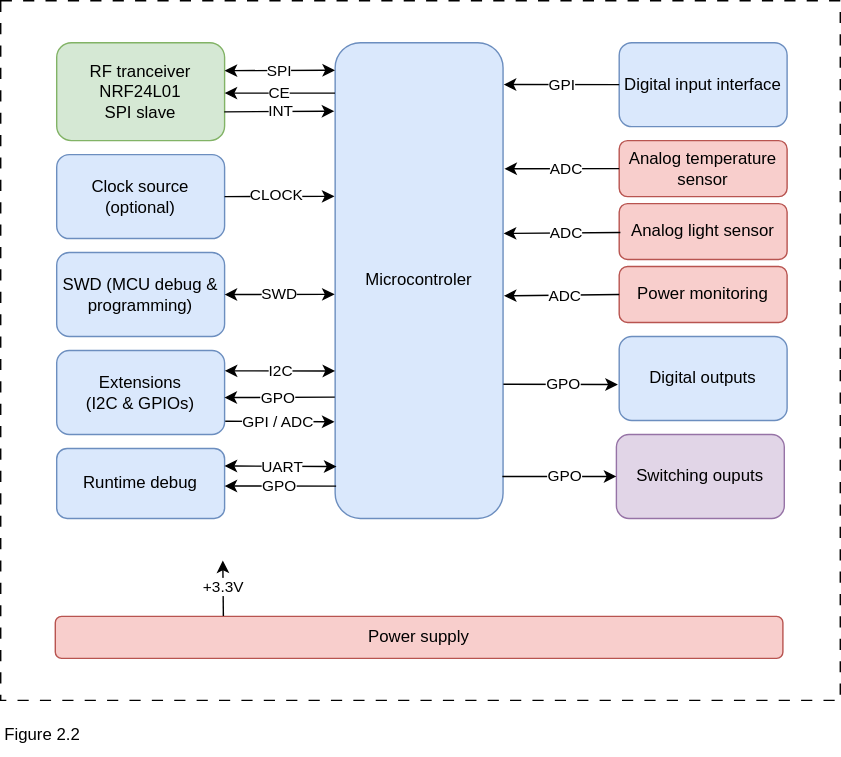
The draw.io diagram 02-module_satellite/01-documentation/module_hardware_architecture.drawio.svg in stephaneamans/app-home_automation, before a commit. Source tidied: cells renumbered, new cells last; positions are measured from the earlier drawing's top-left corner, leaving out a move shared by most shapes.
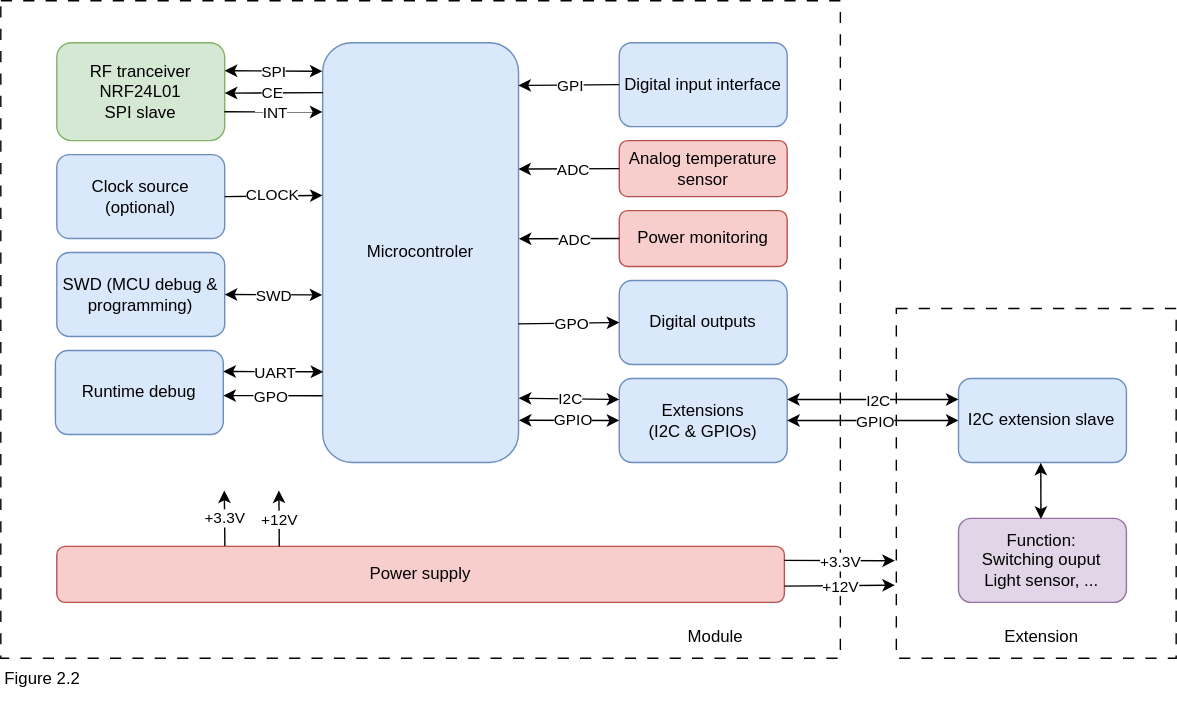
Above is the later version.

Change to the diagram source:
```diff
@@ -3,45 +3,36 @@
     <mxCell id="0" />
     <mxCell id="1" parent="0" />
     <mxCell id="2" style="rounded=0;whiteSpace=wrap;html=1;dashed=1;dashPattern=8 8;" parent="1" vertex="1">
-      <mxGeometry width="600" height="500" as="geometry" />
+      <mxGeometry x="-120" width="600" height="470" as="geometry" />
     </mxCell>
     <mxCell id="3" value="RF tranceiver&lt;br&gt;NRF24L01&lt;br&gt;SPI slave" style="rounded=1;whiteSpace=wrap;html=1;fillColor=#d5e8d4;strokeColor=#82b366;direction=west;" parent="1" vertex="1">
-      <mxGeometry x="40" y="30" width="120" height="70" as="geometry" />
+      <mxGeometry x="-80" y="30" width="120" height="70" as="geometry" />
     </mxCell>
     <mxCell id="4" value="Microcontroler" style="rounded=1;whiteSpace=wrap;html=1;fillColor=#dae8fc;strokeColor=#6c8ebf;direction=west;" parent="1" vertex="1">
-      <mxGeometry x="239" y="30" width="120" height="340" as="geometry" />
+      <mxGeometry x="110" y="30" width="140" height="300" as="geometry" />
     </mxCell>
     <mxCell id="5" value="Digital input interface" style="rounded=1;whiteSpace=wrap;html=1;fillColor=#dae8fc;strokeColor=#6c8ebf;direction=west;" parent="1" vertex="1">
-      <mxGeometry x="442" y="30" width="120" height="60" as="geometry" />
+      <mxGeometry x="322" y="30" width="120" height="60" as="geometry" />
     </mxCell>
     <mxCell id="6" value="Digital outputs" style="rounded=1;whiteSpace=wrap;html=1;fillColor=#dae8fc;strokeColor=#6c8ebf;direction=west;" parent="1" vertex="1">
-      <mxGeometry x="442" y="240" width="120" height="60" as="geometry" />
+      <mxGeometry x="322" y="200" width="120" height="60" as="geometry" />
     </mxCell>
     <mxCell id="7" value="Analog temperature sensor" style="rounded=1;whiteSpace=wrap;html=1;fillColor=#f8cecc;strokeColor=#b85450;direction=west;" parent="1" vertex="1">
-      <mxGeometry x="442" y="100" width="120" height="40" as="geometry" />
+      <mxGeometry x="322" y="100" width="120" height="40" as="geometry" />
     </mxCell>
-    <mxCell id="8" value="Switching ouputs" style="rounded=1;whiteSpace=wrap;html=1;fillColor=#e1d5e7;strokeColor=#9673a6;direction=west;" parent="1" vertex="1">
-      <mxGeometry x="440" y="310" width="120" height="60" as="geometry" />
-    </mxCell>
     <mxCell id="9" value="Power supply" style="rounded=1;whiteSpace=wrap;html=1;fillColor=#f8cecc;strokeColor=#b85450;direction=west;" parent="1" vertex="1">
-      <mxGeometry x="39" y="440" width="520" height="30" as="geometry" />
+      <mxGeometry x="-80" y="390" width="520" height="40" as="geometry" />
     </mxCell>
-    <mxCell id="10" value="Analog light sensor" style="rounded=1;whiteSpace=wrap;html=1;fillColor=#f8cecc;strokeColor=#b85450;direction=west;" parent="1" vertex="1">
-      <mxGeometry x="442" y="145" width="120" height="40" as="geometry" />
-    </mxCell>
     <mxCell id="11" value="Power monitoring" style="rounded=1;whiteSpace=wrap;html=1;fillColor=#f8cecc;strokeColor=#b85450;direction=west;" parent="1" vertex="1">
-      <mxGeometry x="442" y="190" width="120" height="40" as="geometry" />
+      <mxGeometry x="322" y="150" width="120" height="40" as="geometry" />
     </mxCell>
     <mxCell id="12" value="Clock source (optional)" style="rounded=1;whiteSpace=wrap;html=1;fillColor=#dae8fc;strokeColor=#6c8ebf;direction=west;" parent="1" vertex="1">
-      <mxGeometry x="40" y="110" width="120" height="60" as="geometry" />
+      <mxGeometry x="-80" y="110" width="120" height="60" as="geometry" />
     </mxCell>
     <mxCell id="13" value="SWD (MCU debug &amp;amp; programming)" style="rounded=1;whiteSpace=wrap;html=1;fillColor=#dae8fc;strokeColor=#6c8ebf;direction=west;" parent="1" vertex="1">
-      <mxGeometry x="40" y="180" width="120" height="60" as="geometry" />
+      <mxGeometry x="-80" y="180" width="120" height="60" as="geometry" />
     </mxCell>
-    <mxCell id="14" value="Extensions&lt;br&gt;(I2C &amp;amp; GPIOs)" style="rounded=1;whiteSpace=wrap;html=1;fillColor=#dae8fc;strokeColor=#6c8ebf;direction=west;" parent="1" vertex="1">
-      <mxGeometry x="40" y="250" width="120" height="60" as="geometry" />
-    </mxCell>
-    <mxCell id="15" style="endArrow=classic;startArrow=classic;html=1;rounded=0;exitX=0;exitY=0.714;exitDx=0;exitDy=0;exitPerimeter=0;entryX=1.001;entryY=0.942;entryDx=0;entryDy=0;entryPerimeter=0;" parent="1" edge="1" source="3" target="4">
+    <mxCell id="15" style="endArrow=classic;startArrow=classic;html=1;rounded=0;exitX=0;exitY=0.714;exitDx=0;exitDy=0;exitPerimeter=0;entryX=1.001;entryY=0.932;entryDx=0;entryDy=0;entryPerimeter=0;" parent="1" edge="1" source="3" target="4">
       <mxGeometry relative="1" as="geometry" />
     </mxCell>
     <mxCell id="16" value="SPI" style="edgeLabel;html=1;align=center;verticalAlign=middle;" parent="15" vertex="1">
@@ -49,7 +40,7 @@
         <mxPoint x="5" as="offset" />
       </mxGeometry>
     </mxCell>
-    <mxCell id="17" style="endArrow=classic;html=1;rounded=0;exitX=1.001;exitY=0.894;exitDx=0;exitDy=0;exitPerimeter=0;entryX=0;entryY=0.485;entryDx=0;entryDy=0;entryPerimeter=0;" parent="1" edge="1" source="4" target="3">
+    <mxCell id="17" style="endArrow=classic;html=1;rounded=0;exitX=0.999;exitY=0.881;exitDx=0;exitDy=0;exitPerimeter=0;entryX=0;entryY=0.485;entryDx=0;entryDy=0;entryPerimeter=0;" parent="1" edge="1" source="4" target="3">
       <mxGeometry relative="1" as="geometry" />
     </mxCell>
     <mxCell id="18" value="CE" style="edgeLabel;html=1;align=center;verticalAlign=middle;" parent="17" vertex="1">
@@ -57,7 +48,7 @@
         <mxPoint x="-9" as="offset" />
       </mxGeometry>
     </mxCell>
-    <mxCell id="19" style="endArrow=classic;html=1;rounded=0;exitX=0.002;exitY=0.294;exitDx=0;exitDy=0;exitPerimeter=0;entryX=1.005;entryY=0.856;entryDx=0;entryDy=0;entryPerimeter=0;" parent="1" edge="1" source="3" target="4">
+    <mxCell id="19" style="endArrow=classic;html=1;rounded=0;exitX=0.002;exitY=0.294;exitDx=0;exitDy=0;exitPerimeter=0;entryX=1.001;entryY=0.835;entryDx=0;entryDy=0;entryPerimeter=0;" parent="1" edge="1" source="3" target="4">
       <mxGeometry relative="1" as="geometry" />
     </mxCell>
     <mxCell id="20" value="INT" style="edgeLabel;html=1;align=center;verticalAlign=middle;" parent="19" vertex="1">
@@ -65,7 +56,7 @@
         <mxPoint x="6" as="offset" />
       </mxGeometry>
     </mxCell>
-    <mxCell id="21" style="endArrow=classic;startArrow=none;html=1;rounded=0;exitX=0;exitY=0.5;exitDx=0;exitDy=0;entryX=1.004;entryY=0.677;entryDx=0;entryDy=0;entryPerimeter=0;startFill=0;" parent="1" edge="1" source="12" target="4">
+    <mxCell id="21" style="endArrow=classic;startArrow=none;html=1;rounded=0;exitX=0;exitY=0.5;exitDx=0;exitDy=0;entryX=1;entryY=0.636;entryDx=0;entryDy=0;entryPerimeter=0;startFill=0;" parent="1" edge="1" source="12" target="4">
       <mxGeometry relative="1" as="geometry" />
     </mxCell>
     <mxCell id="22" value="SPI" style="edgeLabel;html=1;align=center;verticalAlign=middle;" parent="21" vertex="1">
@@ -78,7 +69,7 @@
         <mxPoint x="-1" y="-2" as="offset" />
       </mxGeometry>
     </mxCell>
-    <mxCell id="24" style="endArrow=classic;startArrow=classic;html=1;rounded=0;exitX=0;exitY=0.5;exitDx=0;exitDy=0;entryX=1.003;entryY=0.471;entryDx=0;entryDy=0;entryPerimeter=0;" parent="1" edge="1" source="13" target="4">
+    <mxCell id="24" style="endArrow=classic;startArrow=classic;html=1;rounded=0;exitX=0;exitY=0.5;exitDx=0;exitDy=0;entryX=1.002;entryY=0.399;entryDx=0;entryDy=0;entryPerimeter=0;" parent="1" edge="1" source="13" target="4">
       <mxGeometry relative="1" as="geometry" />
     </mxCell>
     <mxCell id="25" value="SWD" style="edgeLabel;html=1;align=center;verticalAlign=middle;" parent="24" vertex="1">
@@ -86,36 +77,7 @@
         <mxPoint x="5" as="offset" />
       </mxGeometry>
     </mxCell>
-    <mxCell id="26" style="endArrow=classic;startArrow=classic;html=1;rounded=0;exitX=-0.001;exitY=0.758;exitDx=0;exitDy=0;exitPerimeter=0;entryX=1;entryY=0.31;entryDx=0;entryDy=0;entryPerimeter=0;" parent="1" edge="1" source="14" target="4">
-      <mxGeometry relative="1" as="geometry" />
-    </mxCell>
-    <mxCell id="27" value="I2C" style="edgeLabel;html=1;align=center;verticalAlign=middle;" parent="26" vertex="1">
-      <mxGeometry x="-0.13" relative="1" as="geometry">
-        <mxPoint x="5" as="offset" />
-      </mxGeometry>
-    </mxCell>
-    <mxCell id="28" style="endArrow=classic;html=1;rounded=0;exitX=1.002;exitY=0.255;exitDx=0;exitDy=0;exitPerimeter=0;entryX=0.001;entryY=0.439;entryDx=0;entryDy=0;entryPerimeter=0;" parent="1" edge="1" source="4" target="14">
-      <mxGeometry relative="1" as="geometry" />
-    </mxCell>
-    <mxCell id="29" value="CE" style="edgeLabel;html=1;align=center;verticalAlign=middle;" parent="28" vertex="1">
-      <mxGeometry x="-0.21" relative="1" as="geometry">
-        <mxPoint x="-9" as="offset" />
-      </mxGeometry>
-    </mxCell>
-    <mxCell id="30" value="GPO" style="edgeLabel;html=1;align=center;verticalAlign=middle;" parent="28" vertex="1">
-      <mxGeometry x="0.03" y="1" relative="1" as="geometry">
-        <mxPoint y="-1" as="offset" />
-      </mxGeometry>
-    </mxCell>
-    <mxCell id="31" style="endArrow=classic;html=1;rounded=0;exitX=-0.004;exitY=0.158;exitDx=0;exitDy=0;exitPerimeter=0;entryX=1.004;entryY=0.203;entryDx=0;entryDy=0;entryPerimeter=0;" parent="1" edge="1" source="14" target="4">
-      <mxGeometry relative="1" as="geometry" />
-    </mxCell>
-    <mxCell id="32" value="GPI / ADC" style="edgeLabel;html=1;align=center;verticalAlign=middle;" parent="31" vertex="1">
-      <mxGeometry x="-0.14" relative="1" as="geometry">
-        <mxPoint x="4" as="offset" />
-      </mxGeometry>
-    </mxCell>
-    <mxCell id="33" style="endArrow=classic;html=1;rounded=0;exitX=1;exitY=0.5;exitDx=0;exitDy=0;entryX=-0.004;entryY=0.912;entryDx=0;entryDy=0;entryPerimeter=0;" parent="1" edge="1" source="5" target="4">
+    <mxCell id="33" style="endArrow=classic;html=1;rounded=0;exitX=1;exitY=0.5;exitDx=0;exitDy=0;entryX=0.001;entryY=0.898;entryDx=0;entryDy=0;entryPerimeter=0;" parent="1" edge="1" source="5" target="4">
       <mxGeometry relative="1" as="geometry" />
     </mxCell>
     <mxCell id="34" value="GPI" style="edgeLabel;html=1;align=center;verticalAlign=middle;" parent="33" vertex="1">
@@ -123,21 +85,13 @@
         <mxPoint y="-1" as="offset" />
       </mxGeometry>
     </mxCell>
-    <mxCell id="35" style="endArrow=classic;html=1;rounded=0;exitX=1;exitY=0.5;exitDx=0;exitDy=0;entryX=-0.008;entryY=0.735;entryDx=0;entryDy=0;entryPerimeter=0;" parent="1" edge="1" source="7" target="4">
+    <mxCell id="35" style="endArrow=classic;html=1;rounded=0;exitX=1;exitY=0.5;exitDx=0;exitDy=0;entryX=0.001;entryY=0.699;entryDx=0;entryDy=0;entryPerimeter=0;" parent="1" edge="1" source="7" target="4">
       <mxGeometry relative="1" as="geometry" />
     </mxCell>
     <mxCell id="36" value="ADC" style="edgeLabel;html=1;align=center;verticalAlign=middle;" parent="35" vertex="1">
       <mxGeometry x="-0.07" relative="1" as="geometry" />
     </mxCell>
-    <mxCell id="37" style="endArrow=classic;html=1;rounded=0;exitX=0.993;exitY=0.484;exitDx=0;exitDy=0;exitPerimeter=0;entryX=-0.004;entryY=0.599;entryDx=0;entryDy=0;entryPerimeter=0;" parent="1" edge="1" source="10" target="4">
-      <mxGeometry relative="1" as="geometry" />
-    </mxCell>
-    <mxCell id="38" value="ADC" style="edgeLabel;html=1;align=center;verticalAlign=middle;" parent="37" vertex="1">
-      <mxGeometry x="0.03" relative="1" as="geometry">
-        <mxPoint x="4" as="offset" />
-      </mxGeometry>
-    </mxCell>
-    <mxCell id="39" style="endArrow=classic;html=1;rounded=0;exitX=1;exitY=0.5;exitDx=0;exitDy=0;entryX=-0.005;entryY=0.468;entryDx=0;entryDy=0;entryPerimeter=0;" parent="1" edge="1" source="11" target="4">
+    <mxCell id="39" style="endArrow=classic;html=1;rounded=0;exitX=1;exitY=0.5;exitDx=0;exitDy=0;entryX=0.617;entryY=0.362;entryDx=0;entryDy=0;entryPerimeter=0;" parent="1" edge="1" source="11" target="2">
       <mxGeometry relative="1" as="geometry" />
     </mxCell>
     <mxCell id="40" value="ADC" style="edgeLabel;html=1;align=center;verticalAlign=middle;" parent="39" vertex="1">
@@ -145,15 +99,7 @@
         <mxPoint x="3" as="offset" />
       </mxGeometry>
     </mxCell>
-    <mxCell id="41" style="endArrow=classic;html=1;rounded=0;entryX=1;entryY=0.5;entryDx=0;entryDy=0;exitX=0.004;exitY=0.088;exitDx=0;exitDy=0;exitPerimeter=0;" parent="1" edge="1" source="4" target="8">
-      <mxGeometry relative="1" as="geometry" />
-    </mxCell>
-    <mxCell id="42" value="GPO" style="edgeLabel;html=1;align=center;verticalAlign=middle;" parent="41" vertex="1">
-      <mxGeometry x="0.02" relative="1" as="geometry">
-        <mxPoint x="3" as="offset" />
-      </mxGeometry>
-    </mxCell>
-    <mxCell id="43" style="endArrow=classic;html=1;rounded=0;entryX=1.008;entryY=0.428;entryDx=0;entryDy=0;entryPerimeter=0;exitX=-0.002;exitY=0.282;exitDx=0;exitDy=0;exitPerimeter=0;" parent="1" edge="1" source="4" target="6">
+    <mxCell id="43" style="endArrow=classic;html=1;rounded=0;exitX=0.001;exitY=0.33;exitDx=0;exitDy=0;exitPerimeter=0;entryX=1;entryY=0.5;entryDx=0;entryDy=0;" parent="1" edge="1" source="4" target="6">
       <mxGeometry relative="1" as="geometry" />
     </mxCell>
     <mxCell id="44" value="GPO" style="edgeLabel;html=1;align=center;verticalAlign=middle;" parent="43" vertex="1">
@@ -163,25 +109,25 @@
     </mxCell>
     <mxCell id="45" style="endArrow=classic;html=1;rounded=0;exitX=0.769;exitY=1.009;exitDx=0;exitDy=0;exitPerimeter=0;" parent="1" edge="1" source="9">
       <mxGeometry relative="1" as="geometry">
-        <mxPoint x="158.7" y="400" as="targetPoint" />
+        <mxPoint x="39.7" y="350" as="targetPoint" />
       </mxGeometry>
     </mxCell>
     <mxCell id="46" value="+3.3V" style="edgeLabel;html=1;align=center;verticalAlign=middle;" parent="45" vertex="1">
       <mxGeometry x="0.02" relative="1" as="geometry" />
     </mxCell>
     <mxCell id="47" value="Figure 2.2" style="text;strokeColor=none;align=center;fillColor=none;html=1;verticalAlign=middle;whiteSpace=wrap;rounded=0;" parent="1" vertex="1">
-      <mxGeometry y="510" width="60" height="30" as="geometry" />
+      <mxGeometry x="-120" y="470" width="60" height="30" as="geometry" />
     </mxCell>
     <mxCell id="48" value="Runtime debug" style="rounded=1;whiteSpace=wrap;html=1;fillColor=#dae8fc;strokeColor=#6c8ebf;direction=west;" parent="1" vertex="1">
-      <mxGeometry x="40" y="320" width="120" height="50" as="geometry" />
+      <mxGeometry x="-81" y="250" width="120" height="60" as="geometry" />
     </mxCell>
-    <mxCell id="49" style="endArrow=classic;startArrow=classic;html=1;rounded=0;exitX=0;exitY=0.75;exitDx=0;exitDy=0;entryX=0.992;entryY=0.109;entryDx=0;entryDy=0;entryPerimeter=0;" parent="1" edge="1" source="48" target="4">
+    <mxCell id="49" style="endArrow=classic;startArrow=classic;html=1;rounded=0;exitX=0;exitY=0.75;exitDx=0;exitDy=0;entryX=0.997;entryY=0.216;entryDx=0;entryDy=0;entryPerimeter=0;" parent="1" edge="1" source="48" target="4">
       <mxGeometry relative="1" as="geometry" />
     </mxCell>
     <mxCell id="50" value="UART" style="edgeLabel;html=1;align=center;verticalAlign=middle;" parent="49" vertex="1">
       <mxGeometry x="0.03" relative="1" as="geometry" />
     </mxCell>
-    <mxCell id="51" style="endArrow=classic;html=1;rounded=0;exitX=0.994;exitY=0.068;exitDx=0;exitDy=0;exitPerimeter=0;entryX=0;entryY=0.463;entryDx=0;entryDy=0;entryPerimeter=0;" parent="1" edge="1" source="4" target="48">
+    <mxCell id="51" style="endArrow=classic;html=1;rounded=0;exitX=1.001;exitY=0.159;exitDx=0;exitDy=0;exitPerimeter=0;entryX=0;entryY=0.463;entryDx=0;entryDy=0;entryPerimeter=0;" parent="1" edge="1" source="4" target="48">
       <mxGeometry relative="1" as="geometry" />
     </mxCell>
     <mxCell id="52" value="CE" style="edgeLabel;html=1;align=center;verticalAlign=middle;" parent="51" vertex="1">
@@ -194,5 +140,79 @@
         <mxPoint y="-1" as="offset" />
       </mxGeometry>
     </mxCell>
+    <mxCell id="14" value="Extensions&lt;br&gt;(I2C &amp;amp; GPIOs)" style="rounded=1;whiteSpace=wrap;html=1;fillColor=#dae8fc;strokeColor=#6c8ebf;direction=west;" parent="1" vertex="1">
+      <mxGeometry x="322" y="270" width="120" height="60" as="geometry" />
+    </mxCell>
+    <mxCell id="54" style="endArrow=classic;startArrow=classic;html=1;rounded=0;entryX=-0.001;entryY=0.153;entryDx=0;entryDy=0;entryPerimeter=0;exitX=1;exitY=0.75;exitDx=0;exitDy=0;" parent="1" edge="1" source="14" target="4">
+      <mxGeometry relative="1" as="geometry" />
+    </mxCell>
+    <mxCell id="55" value="I2C" style="edgeLabel;html=1;align=center;verticalAlign=middle;" parent="54" vertex="1">
+      <mxGeometry x="-0.13" relative="1" as="geometry">
+        <mxPoint x="-5" as="offset" />
+      </mxGeometry>
+    </mxCell>
+    <mxCell id="56" style="endArrow=classic;html=1;rounded=0;entryX=1;entryY=0.5;entryDx=0;entryDy=0;startArrow=classic;startFill=1;exitX=0.617;exitY=0.638;exitDx=0;exitDy=0;exitPerimeter=0;" parent="1" edge="1" source="2" target="14">
+      <mxGeometry relative="1" as="geometry" />
+    </mxCell>
+    <mxCell id="57" value="GPIO" style="edgeLabel;html=1;align=center;verticalAlign=middle;" parent="56" vertex="1">
+      <mxGeometry x="-0.05" relative="1" as="geometry">
+        <mxPoint x="4" as="offset" />
+      </mxGeometry>
+    </mxCell>
+    <mxCell id="58" style="rounded=0;whiteSpace=wrap;html=1;dashed=1;dashPattern=8 8;" parent="1" vertex="1">
+      <mxGeometry x="520" y="220" width="200" height="250" as="geometry" />
+    </mxCell>
+    <mxCell id="59" value="Module" style="text;strokeColor=none;align=center;fillColor=none;html=1;verticalAlign=middle;whiteSpace=wrap;rounded=0;" parent="1" vertex="1">
+      <mxGeometry x="361" y="440" width="60" height="30" as="geometry" />
+    </mxCell>
+    <mxCell id="60" value="I2C extension slave" style="rounded=1;whiteSpace=wrap;html=1;fillColor=#dae8fc;strokeColor=#6c8ebf;direction=west;" parent="1" vertex="1">
+      <mxGeometry x="564.4" y="270" width="120" height="60" as="geometry" />
+    </mxCell>
+    <mxCell id="61" style="endArrow=classic;startArrow=classic;html=1;rounded=0;entryX=0;entryY=0.75;entryDx=0;entryDy=0;exitX=1;exitY=0.75;exitDx=0;exitDy=0;" parent="1" edge="1" source="60" target="14">
+      <mxGeometry relative="1" as="geometry" />
+    </mxCell>
+    <mxCell id="62" value="I2C" style="edgeLabel;html=1;align=center;verticalAlign=middle;" parent="61" vertex="1">
+      <mxGeometry x="-0.13" relative="1" as="geometry">
+        <mxPoint x="-5" as="offset" />
+      </mxGeometry>
+    </mxCell>
+    <mxCell id="63" style="endArrow=classic;html=1;rounded=0;entryX=1;entryY=0.5;entryDx=0;entryDy=0;exitX=0;exitY=0.5;exitDx=0;exitDy=0;startArrow=classic;startFill=1;" parent="1" edge="1" source="14" target="60">
+      <mxGeometry relative="1" as="geometry" />
+    </mxCell>
+    <mxCell id="64" value="GPIO" style="edgeLabel;html=1;align=center;verticalAlign=middle;" parent="63" vertex="1">
+      <mxGeometry x="-0.05" relative="1" as="geometry">
+        <mxPoint x="4" as="offset" />
+      </mxGeometry>
+    </mxCell>
+    <mxCell id="65" value="Extension" style="text;strokeColor=none;align=center;fillColor=none;html=1;verticalAlign=middle;whiteSpace=wrap;rounded=0;" parent="1" vertex="1">
+      <mxGeometry x="594.4" y="440" width="60" height="30" as="geometry" />
+    </mxCell>
+    <mxCell id="66" value="Function:&lt;br&gt;Switching ouput&lt;br&gt;Light sensor, ..." style="rounded=1;whiteSpace=wrap;html=1;fillColor=#e1d5e7;strokeColor=#9673a6;direction=west;" parent="1" vertex="1">
+      <mxGeometry x="564.4" y="370" width="120" height="60" as="geometry" />
+    </mxCell>
+    <mxCell id="67" style="endArrow=classic;html=1;rounded=0;exitX=0.769;exitY=1.009;exitDx=0;exitDy=0;exitPerimeter=0;" parent="1" edge="1">
+      <mxGeometry relative="1" as="geometry">
+        <mxPoint x="79" y="390" as="sourcePoint" />
+        <mxPoint x="78.7" y="350" as="targetPoint" />
+      </mxGeometry>
+    </mxCell>
+    <mxCell id="68" value="+12V" style="edgeLabel;html=1;align=center;verticalAlign=middle;" parent="67" vertex="1">
+      <mxGeometry x="0.02" relative="1" as="geometry" />
+    </mxCell>
+    <mxCell id="69" style="endArrow=classic;html=1;rounded=0;exitX=0;exitY=0.75;exitDx=0;exitDy=0;entryX=-0.005;entryY=0.721;entryDx=0;entryDy=0;entryPerimeter=0;" parent="1" edge="1" source="9" target="58">
+      <mxGeometry relative="1" as="geometry" />
+    </mxCell>
+    <mxCell id="70" value="+3.3V" style="edgeLabel;html=1;align=center;verticalAlign=middle;" parent="69" vertex="1">
+      <mxGeometry x="0.02" relative="1" as="geometry" />
+    </mxCell>
+    <mxCell id="71" style="endArrow=classic;html=1;rounded=0;exitX=0;exitY=0.29;exitDx=0;exitDy=0;exitPerimeter=0;entryX=-0.005;entryY=0.791;entryDx=0;entryDy=0;entryPerimeter=0;" parent="1" edge="1" source="9" target="58">
+      <mxGeometry relative="1" as="geometry" />
+    </mxCell>
+    <mxCell id="72" value="+12V" style="edgeLabel;html=1;align=center;verticalAlign=middle;" parent="71" vertex="1">
+      <mxGeometry x="0.02" relative="1" as="geometry" />
+    </mxCell>
+    <mxCell id="73" style="endArrow=classic;html=1;rounded=0;entryX=0.51;entryY=-0.003;entryDx=0;entryDy=0;exitX=0.509;exitY=0.994;exitDx=0;exitDy=0;startArrow=classic;startFill=1;exitPerimeter=0;entryPerimeter=0;" parent="1" edge="1" source="66" target="60">
+      <mxGeometry relative="1" as="geometry" />
+    </mxCell>
   </root>
 </mxGraphModel>
```
